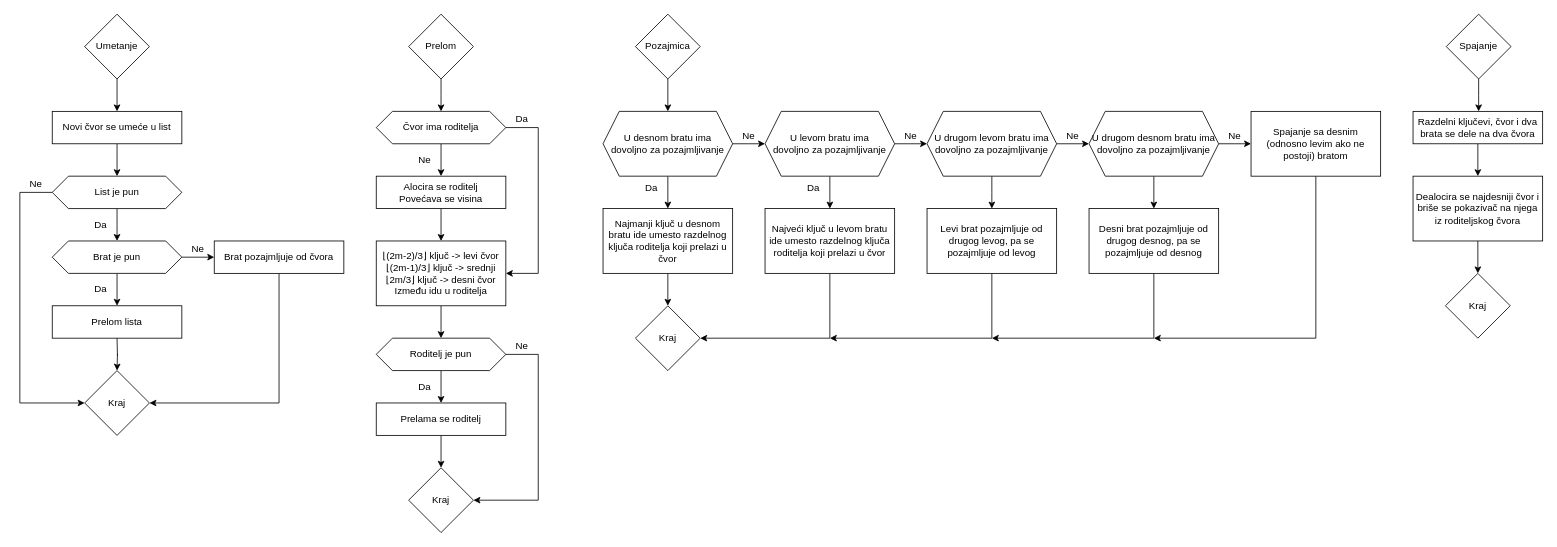
The draw.io diagram page "B*" (2 of 4) of ASP2/Stabla.drawio in KockaAdmiralac/ETF, before the edit. Source tidied: cells renumbered, new cells numbered last; positions are measured from the earlier drawing's top-left corner, leaving out a move shared by most shapes. Both pictures are drawn from the tidied source at 81%, with x=0, y=0 at pixel (19, 14).
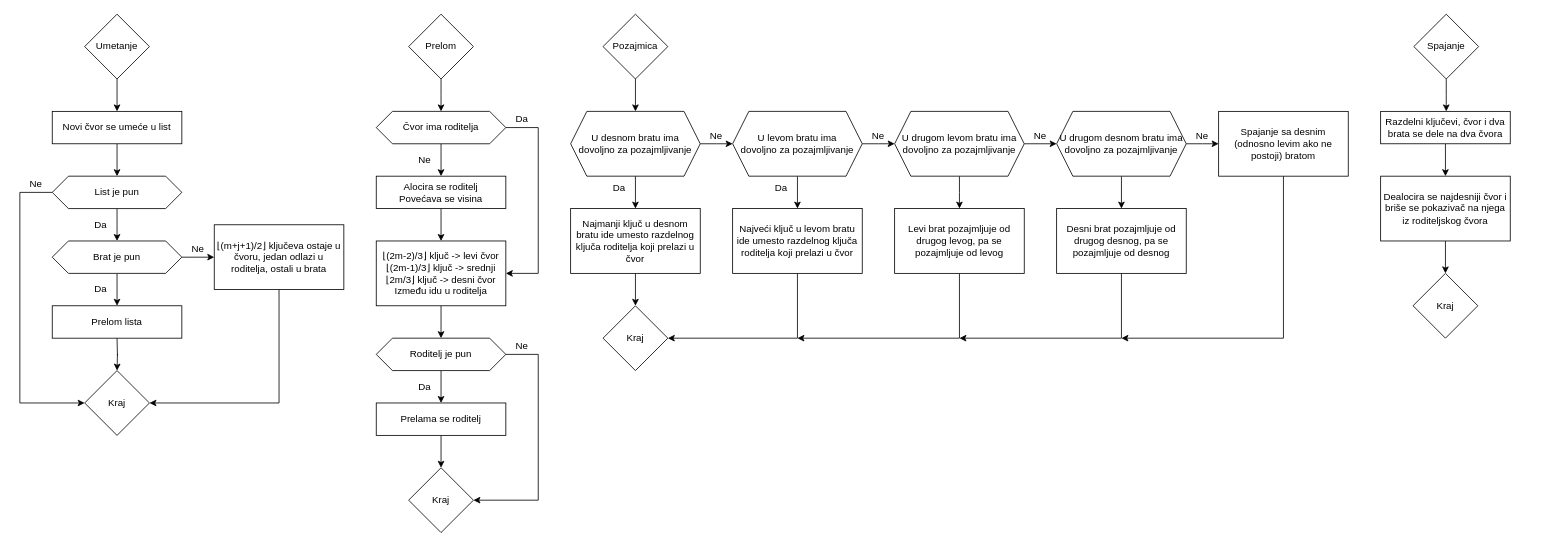
After the change.

The change refers to these unchanged cells:
```xml
<mxCell id="9" value="Kraj" style="rhombus;whiteSpace=wrap;html=1;" parent="1" vertex="1">
  <mxGeometry x="80" y="440" width="80" height="80" as="geometry" />
</mxCell>
```

Change to the diagram source:
```diff
@@
-    <mxCell id="17" style="edgeStyle=orthogonalEdgeStyle;rounded=0;jettySize=auto;html=1;entryX=1;entryY=0.5;entryDx=0;entryDy=0;" parent="1" edge="1" source="18" target="9">
+    <mxCell id="17" style="edgeStyle=orthogonalEdgeStyle;rounded=0;jettySize=auto;html=1;entryX=1;entryY=0.5;entryDx=0;entryDy=0;exitX=0.5;exitY=1;exitDx=0;exitDy=0;" parent="1" edge="1" source="18" target="9">
       <mxGeometry relative="1" as="geometry">
         <Array as="points">
           <mxPoint x="320" y="480" />
         </Array>
       </mxGeometry>
     </mxCell>
-    <mxCell id="18" value="Brat pozajmljuje od čvora" style="rounded=0;whiteSpace=wrap;html=1;" parent="1" vertex="1">
-      <mxGeometry x="240" y="280" width="160" height="40" as="geometry" />
+    <mxCell id="18" value="&lt;span&gt;⌊(m+j+1)/2⌋ ključeva ostaje u čvoru, jedan odlazi u roditelja, ostali u brata&lt;br&gt;&lt;/span&gt;" style="rounded=0;whiteSpace=wrap;html=1;" parent="1" vertex="1">
+      <mxGeometry x="240" y="260" width="160" height="80" as="geometry" />
     </mxCell>
@@
     <mxCell id="41" value="Pozajmica" style="rhombus;whiteSpace=wrap;html=1;" parent="1" vertex="1">
-      <mxGeometry x="760" width="80" height="80" as="geometry" />
+      <mxGeometry x="720" width="80" height="80" as="geometry" />
     </mxCell>
     <mxCell id="42" style="edgeStyle=orthogonalEdgeStyle;rounded=0;jettySize=auto;html=1;entryX=0;entryY=0.5;entryDx=0;entryDy=0;" parent="1" edge="1" source="44">
       <mxGeometry relative="1" as="geometry">
-        <mxPoint x="920" y="160" as="targetPoint" />
+        <mxPoint x="880" y="160" as="targetPoint" />
       </mxGeometry>
     </mxCell>
@@
     <mxCell id="44" value="U desnom bratu ima&lt;br&gt;dovoljno za pozajmljivanje" style="shape=hexagon;perimeter=hexagonPerimeter2;whiteSpace=wrap;html=1;fixedSize=1;" parent="1" vertex="1">
-      <mxGeometry x="720" y="120" width="160" height="80" as="geometry" />
+      <mxGeometry x="680" y="120" width="160" height="80" as="geometry" />
     </mxCell>
     <mxCell id="45" style="edgeStyle=orthogonalEdgeStyle;rounded=0;jettySize=auto;html=1;entryX=0;entryY=0.5;entryDx=0;entryDy=0;" parent="1" edge="1" source="47">
       <mxGeometry relative="1" as="geometry">
-        <mxPoint x="1120" y="160" as="targetPoint" />
+        <mxPoint x="1080" y="160" as="targetPoint" />
       </mxGeometry>
     </mxCell>
@@
     <mxCell id="47" value="U levom bratu ima&lt;br&gt;dovoljno za pozajmljivanje" style="shape=hexagon;perimeter=hexagonPerimeter2;whiteSpace=wrap;html=1;fixedSize=1;" parent="1" vertex="1">
-      <mxGeometry x="920" y="120" width="160" height="80" as="geometry" />
+      <mxGeometry x="880" y="120" width="160" height="80" as="geometry" />
     </mxCell>
@@
     <mxCell id="49" value="Najmanji ključ u desnom bratu ide umesto razdelnog ključa roditelja koji prelazi u čvor" style="rounded=0;whiteSpace=wrap;html=1;" parent="1" vertex="1">
-      <mxGeometry x="720" y="240" width="160" height="80" as="geometry" />
+      <mxGeometry x="680" y="240" width="160" height="80" as="geometry" />
     </mxCell>
     <mxCell id="50" value="Da" style="text;html=1;strokeColor=none;fillColor=none;align=center;verticalAlign=middle;whiteSpace=wrap;rounded=0;" parent="1" vertex="1">
-      <mxGeometry x="760" y="205" width="40" height="20" as="geometry" />
+      <mxGeometry x="720" y="205" width="40" height="20" as="geometry" />
     </mxCell>
     <mxCell id="51" value="Ne" style="text;html=1;strokeColor=none;fillColor=none;align=center;verticalAlign=middle;whiteSpace=wrap;rounded=0;" parent="1" vertex="1">
-      <mxGeometry x="880" y="140" width="40" height="20" as="geometry" />
+      <mxGeometry x="840" y="140" width="40" height="20" as="geometry" />
     </mxCell>
     <mxCell id="52" value="Ne" style="text;html=1;strokeColor=none;fillColor=none;align=center;verticalAlign=middle;whiteSpace=wrap;rounded=0;" parent="1" vertex="1">
-      <mxGeometry x="1080" y="140" width="40" height="20" as="geometry" />
+      <mxGeometry x="1040" y="140" width="40" height="20" as="geometry" />
     </mxCell>
     <mxCell id="53" style="edgeStyle=orthogonalEdgeStyle;rounded=0;jettySize=auto;html=1;entryX=1;entryY=0.5;entryDx=0;entryDy=0;" parent="1" edge="1" source="54" target="56">
       <mxGeometry relative="1" as="geometry">
         <Array as="points">
-          <mxPoint x="1000" y="400" />
+          <mxPoint x="960" y="400" />
         </Array>
       </mxGeometry>
     </mxCell>
     <mxCell id="54" value="Najveći ključ u levom bratu ide umesto razdelnog ključa roditelja koji prelazi u čvor" style="rounded=0;whiteSpace=wrap;html=1;" parent="1" vertex="1">
-      <mxGeometry x="920" y="240" width="160" height="80" as="geometry" />
+      <mxGeometry x="880" y="240" width="160" height="80" as="geometry" />
     </mxCell>
     <mxCell id="55" value="Da" style="text;html=1;strokeColor=none;fillColor=none;align=center;verticalAlign=middle;whiteSpace=wrap;rounded=0;" parent="1" vertex="1">
-      <mxGeometry x="960" y="205" width="40" height="20" as="geometry" />
+      <mxGeometry x="920" y="205" width="40" height="20" as="geometry" />
     </mxCell>
     <mxCell id="56" value="Kraj" style="rhombus;whiteSpace=wrap;html=1;" parent="1" vertex="1">
-      <mxGeometry x="760" y="360" width="80" height="80" as="geometry" />
+      <mxGeometry x="720" y="360" width="80" height="80" as="geometry" />
     </mxCell>
     <mxCell id="57" style="edgeStyle=orthogonalEdgeStyle;rounded=0;jettySize=auto;html=1;" parent="1" edge="1" source="58">
       <mxGeometry relative="1" as="geometry">
-        <mxPoint x="1400" y="400" as="targetPoint" />
+        <mxPoint x="1360" y="400" as="targetPoint" />
         <Array as="points">
-          <mxPoint x="1600" y="400" />
+          <mxPoint x="1560" y="400" />
         </Array>
       </mxGeometry>
     </mxCell>
     <mxCell id="58" value="Spajanje sa desnim (odnosno levim ako ne postoji) bratom" style="rounded=0;whiteSpace=wrap;html=1;" parent="1" vertex="1">
-      <mxGeometry x="1520" y="120" width="160" height="80" as="geometry" />
+      <mxGeometry x="1480" y="120" width="160" height="80" as="geometry" />
     </mxCell>
@@
     <mxCell id="60" style="edgeStyle=orthogonalEdgeStyle;rounded=0;jettySize=auto;html=1;" parent="1" edge="1" source="61">
       <mxGeometry relative="1" as="geometry">
-        <mxPoint x="1200" y="240" as="targetPoint" />
+        <mxPoint x="1160" y="240" as="targetPoint" />
       </mxGeometry>
     </mxCell>
     <mxCell id="61" value="U drugom levom bratu ima dovoljno za pozajmljivanje" style="shape=hexagon;perimeter=hexagonPerimeter2;whiteSpace=wrap;html=1;fixedSize=1;" parent="1" vertex="1">
-      <mxGeometry x="1120" y="120" width="160" height="80" as="geometry" />
+      <mxGeometry x="1080" y="120" width="160" height="80" as="geometry" />
     </mxCell>
     <mxCell id="62" style="edgeStyle=orthogonalEdgeStyle;rounded=0;jettySize=auto;html=1;" parent="1" edge="1" source="64">
       <mxGeometry relative="1" as="geometry">
-        <mxPoint x="1520" y="160" as="targetPoint" />
+        <mxPoint x="1480" y="160" as="targetPoint" />
       </mxGeometry>
     </mxCell>
@@
     <mxCell id="64" value="U drugom desnom bratu ima dovoljno za pozajmljivanje" style="shape=hexagon;perimeter=hexagonPerimeter2;whiteSpace=wrap;html=1;fixedSize=1;" parent="1" vertex="1">
-      <mxGeometry x="1320" y="120" width="160" height="80" as="geometry" />
+      <mxGeometry x="1280" y="120" width="160" height="80" as="geometry" />
     </mxCell>
     <mxCell id="65" value="Ne" style="text;html=1;strokeColor=none;fillColor=none;align=center;verticalAlign=middle;whiteSpace=wrap;rounded=0;" parent="1" vertex="1">
-      <mxGeometry x="1280" y="140" width="40" height="20" as="geometry" />
+      <mxGeometry x="1240" y="140" width="40" height="20" as="geometry" />
     </mxCell>
     <mxCell id="66" value="Ne" style="text;html=1;strokeColor=none;fillColor=none;align=center;verticalAlign=middle;whiteSpace=wrap;rounded=0;" parent="1" vertex="1">
-      <mxGeometry x="1480" y="140" width="40" height="20" as="geometry" />
+      <mxGeometry x="1440" y="140" width="40" height="20" as="geometry" />
     </mxCell>
     <mxCell id="67" style="edgeStyle=orthogonalEdgeStyle;rounded=0;jettySize=auto;html=1;" parent="1" edge="1" source="68">
       <mxGeometry relative="1" as="geometry">
-        <mxPoint x="1000" y="400" as="targetPoint" />
+        <mxPoint x="960" y="400" as="targetPoint" />
         <Array as="points">
-          <mxPoint x="1200" y="400" />
+          <mxPoint x="1160" y="400" />
         </Array>
       </mxGeometry>
     </mxCell>
     <mxCell id="68" value="Levi brat pozajmljuje od drugog levog, pa se pozajmljuje od levog" style="rounded=0;whiteSpace=wrap;html=1;" parent="1" vertex="1">
-      <mxGeometry x="1120" y="240" width="160" height="80" as="geometry" />
+      <mxGeometry x="1080" y="240" width="160" height="80" as="geometry" />
     </mxCell>
     <mxCell id="69" style="edgeStyle=orthogonalEdgeStyle;rounded=0;jettySize=auto;html=1;" parent="1" edge="1" source="70">
       <mxGeometry relative="1" as="geometry">
-        <mxPoint x="1200" y="400" as="targetPoint" />
+        <mxPoint x="1160" y="400" as="targetPoint" />
         <Array as="points">
-          <mxPoint x="1400" y="400" />
+          <mxPoint x="1360" y="400" />
         </Array>
       </mxGeometry>
     </mxCell>
     <mxCell id="70" value="Desni brat pozajmljuje od drugog desnog, pa se pozajmljuje od desnog" style="rounded=0;whiteSpace=wrap;html=1;" parent="1" vertex="1">
-      <mxGeometry x="1320" y="240" width="160" height="80" as="geometry" />
+      <mxGeometry x="1280" y="240" width="160" height="80" as="geometry" />
     </mxCell>
     <mxCell id="71" style="edgeStyle=orthogonalEdgeStyle;rounded=0;jettySize=auto;html=1;" parent="1" edge="1" source="72">
       <mxGeometry relative="1" as="geometry">
-        <mxPoint x="1801" y="120" as="targetPoint" />
+        <mxPoint x="1761" y="120" as="targetPoint" />
       </mxGeometry>
     </mxCell>
     <mxCell id="72" value="Spajanje" style="rhombus;whiteSpace=wrap;html=1;" parent="1" vertex="1">
-      <mxGeometry x="1761" width="80" height="80" as="geometry" />
+      <mxGeometry x="1721" width="80" height="80" as="geometry" />
     </mxCell>
@@
     <mxCell id="74" value="Razdelni ključevi, čvor i dva brata se dele na dva čvora" style="rounded=0;whiteSpace=wrap;html=1;" parent="1" vertex="1">
-      <mxGeometry x="1720" y="120" width="160" height="40" as="geometry" />
+      <mxGeometry x="1680" y="120" width="160" height="40" as="geometry" />
     </mxCell>
@@
     <mxCell id="76" value="Dealocira se najdesniji čvor i briše se pokazivač na njega iz roditeljskog čvora" style="rounded=0;whiteSpace=wrap;html=1;" parent="1" vertex="1">
-      <mxGeometry x="1720" y="200" width="160" height="80" as="geometry" />
+      <mxGeometry x="1680" y="200" width="160" height="80" as="geometry" />
     </mxCell>
     <mxCell id="77" value="Kraj" style="rhombus;whiteSpace=wrap;html=1;" parent="1" vertex="1">
-      <mxGeometry x="1760" y="320" width="80" height="80" as="geometry" />
+      <mxGeometry x="1720" y="320" width="80" height="80" as="geometry" />
     </mxCell>
```
